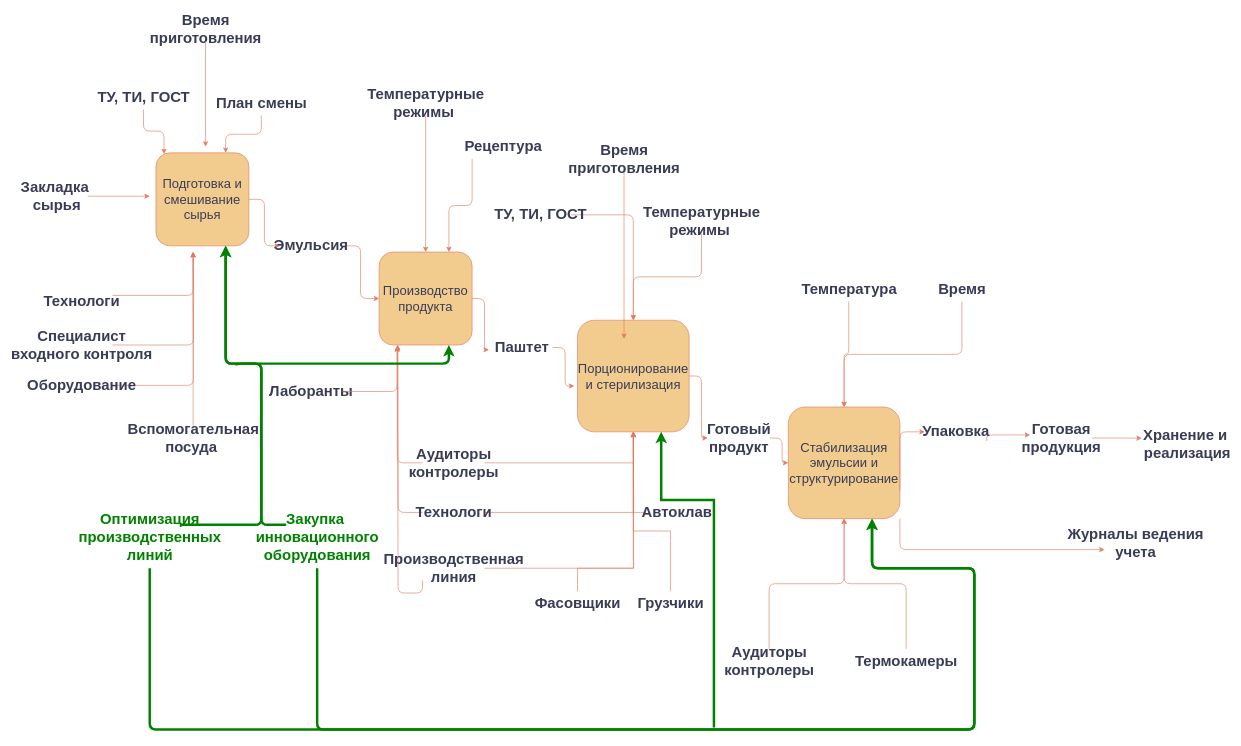
The draw.io diagram page "Страница — 2" (2 of 2) of Диаграмма без названия.drawio in Yankeegohome/Cinema, before the edit. Source tidied: cells renumbered, new cells numbered last; positions are measured from the earlier drawing's top-left corner, leaving out a move shared by most shapes. Both pictures are drawn from the tidied source at 62%, with x=0, y=0 at pixel (25, 16).
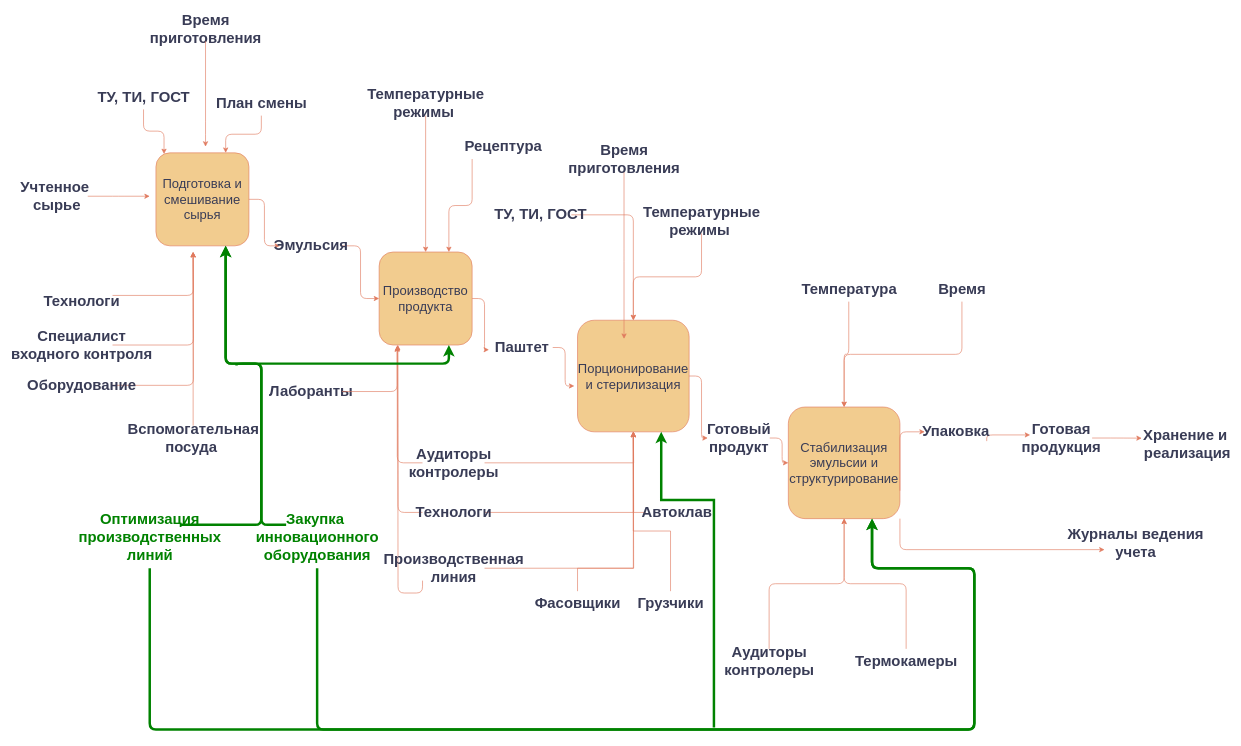
After the change.

What changed in the source:
```diff
@@
-    <mxCell id="18" value="Закладка&amp;nbsp;&lt;br&gt;сырья" style="text;strokeColor=none;fillColor=none;html=1;fontSize=24;fontStyle=1;verticalAlign=middle;align=center;labelBackgroundColor=none;fontColor=#393C56;rounded=1;" parent="1" vertex="1">
+    <mxCell id="18" value="Учтенное&amp;nbsp;&lt;br&gt;сырье" style="text;strokeColor=none;fillColor=none;html=1;fontSize=24;fontStyle=1;verticalAlign=middle;align=center;labelBackgroundColor=none;fontColor=#393C56;rounded=1;" parent="1" vertex="1">
       <mxGeometry y="270" width="100" height="40" as="geometry" />
     </mxCell>
```
